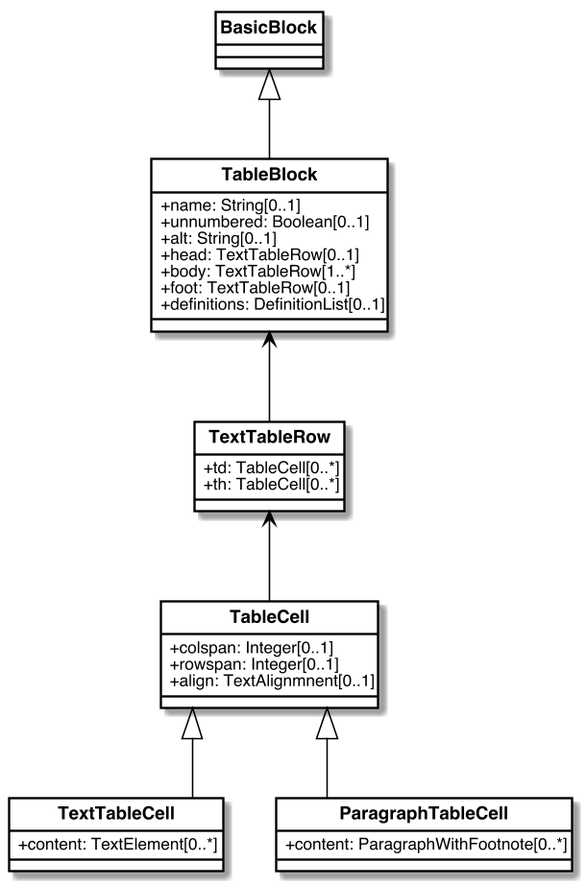
Earlier version of the PlantUML export images/Tables.png (metanorma/basicdoc-models).
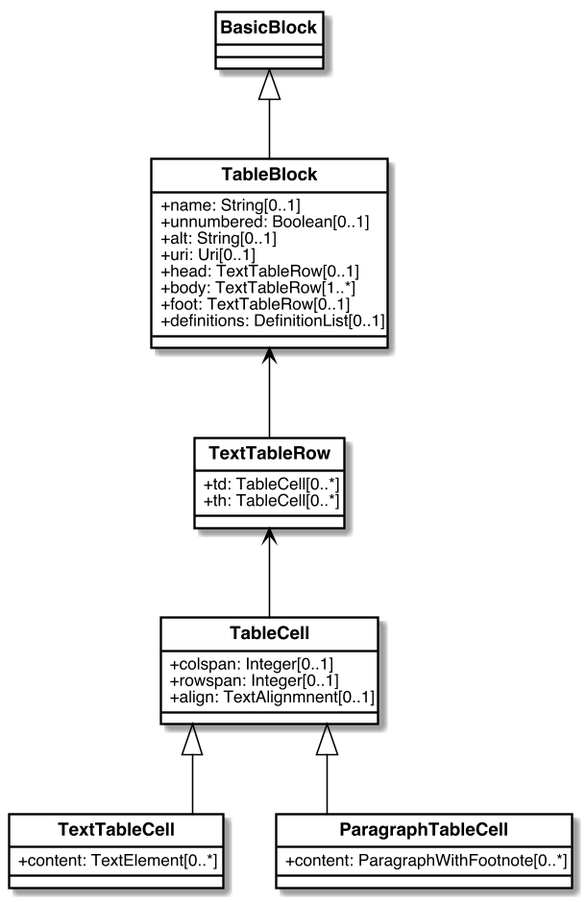
Above is the later version.

The edit, as a diff of the source:
```diff
@@ -48,6 +48,7 @@
     +name: String[0..1]
     +unnumbered: Boolean[0..1]
     +alt: String[0..1]
+    +uri: Uri[0..1]
     +head: TextTableRow[0..1]
     +body: TextTableRow[1..*]
     +foot: TextTableRow[0..1]
```
